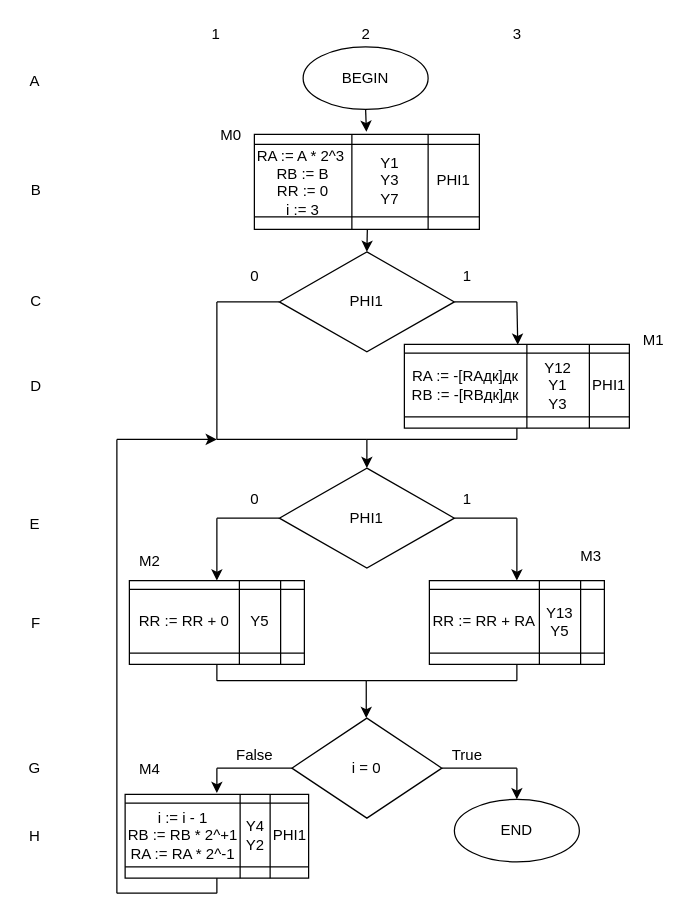
TimurQQ/Workshop keeps this draw.io diagram as Блок операций_2_Умножение_M.drawio. Above is the earlier version. Source tidied: cells renumbered, new cells numbered last; positions are measured from the earlier drawing's top-left corner, leaving out a move shared by most shapes. Both pictures are drawn from the tidied source at 125%, with x=0, y=0 at pixel (21, 21).
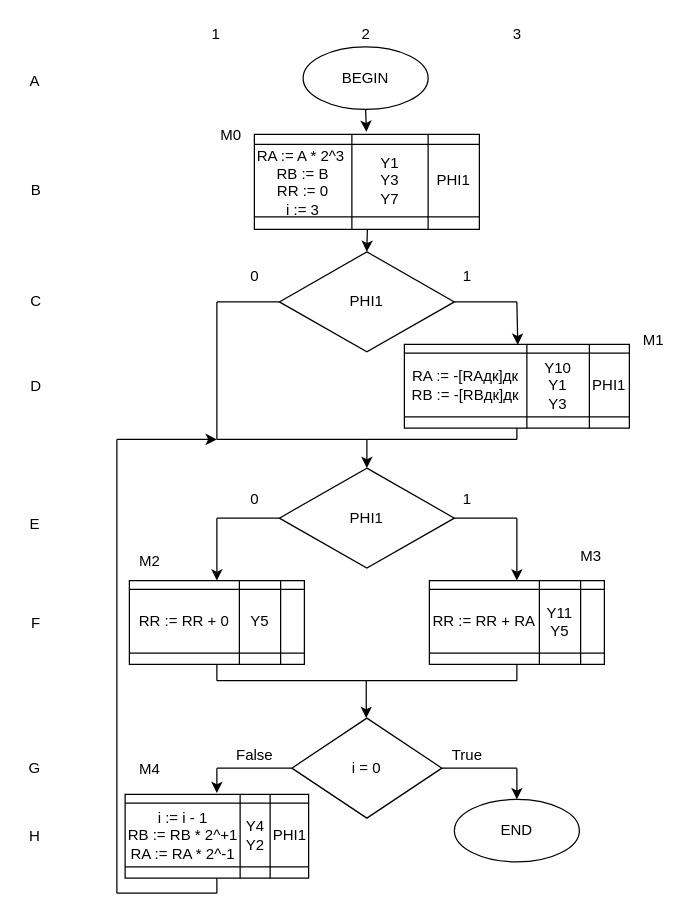
The same page after the edit.

The change refers to these unchanged cells:
```xml
<mxCell id="69" style="shape=tableRow;horizontal=0;startSize=0;swimlaneHead=0;swimlaneBody=0;top=0;left=0;bottom=0;right=0;fillColor=none;" parent="64" vertex="1">
  <mxGeometry y="7" width="180" height="51" as="geometry" />
</mxCell>
<mxCell id="82" style="shape=tableRow;horizontal=0;startSize=0;swimlaneHead=0;swimlaneBody=0;top=0;left=0;bottom=0;right=0;fillColor=none;" parent="77" vertex="1">
  <mxGeometry y="7" width="140" height="51" as="geometry" />
</mxCell>
```

Change to the diagram source:
```diff
@@
-    <mxCell id="71" value="Y12&lt;br&gt;Y1&lt;br&gt;Y3" style="shape=partialRectangle;html=1;whiteSpace=wrap;fillColor=none;top=0;left=0;bottom=0;right=0;overflow=hidden;" parent="69" vertex="1">
+    <mxCell id="71" value="Y10&lt;br&gt;Y1&lt;br&gt;Y3" style="shape=partialRectangle;html=1;whiteSpace=wrap;fillColor=none;top=0;left=0;bottom=0;right=0;overflow=hidden;" parent="69" vertex="1">
       <mxGeometry x="98" width="50" height="51" as="geometry" />
     </mxCell>
@@
-    <mxCell id="84" value="Y13&lt;br&gt;Y5" style="shape=partialRectangle;html=1;whiteSpace=wrap;fillColor=none;top=0;left=0;bottom=0;right=0;overflow=hidden;" parent="82" vertex="1">
+    <mxCell id="84" value="Y11&lt;br&gt;Y5" style="shape=partialRectangle;html=1;whiteSpace=wrap;fillColor=none;top=0;left=0;bottom=0;right=0;overflow=hidden;" parent="82" vertex="1">
       <mxGeometry x="88" width="33" height="51" as="geometry" />
     </mxCell>
```
